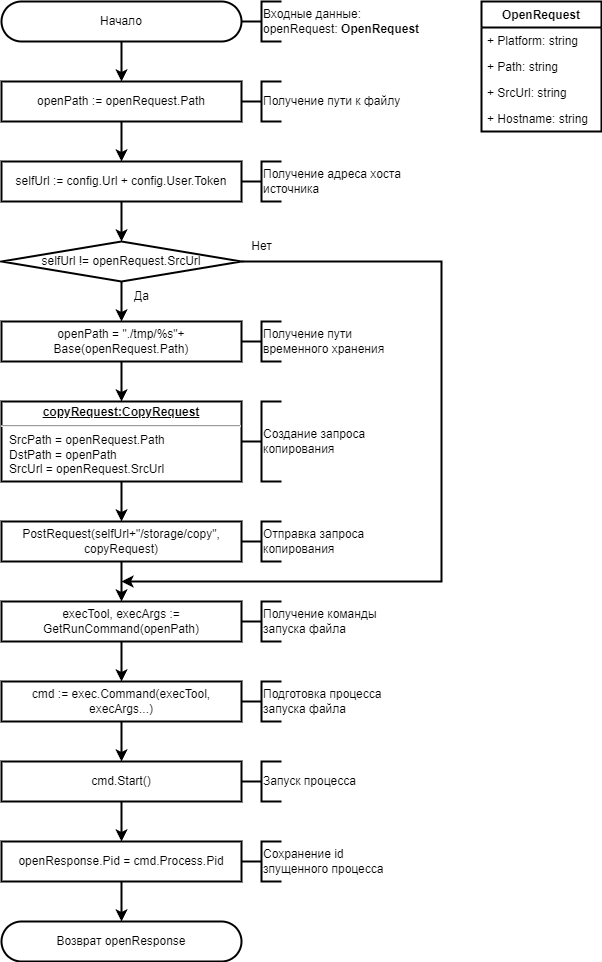
Before: images/algorithm/runner/algorithm-runner-open-file-handler.drawio.png, a diagram exported from draw.io (necroin/vss-docs). Source tidied: cells renumbered, new cells last; positions are measured from the earlier drawing's top-left corner, leaving out a move shared by most shapes. Its diagram source:
```xml
<mxGraphModel>
  <root>
    <mxCell id="0" />
    <mxCell id="1" parent="0" />
    <mxCell id="2" value="OpenRequest" style="swimlane;fontStyle=1;horizontal=1;startSize=26;fillColor=none;strokeColor=default;strokeWidth=2;" parent="1" vertex="1">
      <mxGeometry x="480" width="120" height="130" as="geometry" />
    </mxCell>
    <mxCell id="3" value="+ Platform: string" style="text;strokeColor=none;fillColor=none;align=left;verticalAlign=top;spacingLeft=4;spacingRight=4;overflow=hidden;strokeWidth=2;" parent="2" vertex="1">
      <mxGeometry y="26" width="120" height="26" as="geometry" />
    </mxCell>
    <mxCell id="4" value="+ Path: string" style="text;strokeColor=none;fillColor=none;align=left;verticalAlign=top;spacingLeft=4;spacingRight=4;overflow=hidden;strokeWidth=2;" parent="2" vertex="1">
      <mxGeometry y="52" width="120" height="26" as="geometry" />
    </mxCell>
    <mxCell id="5" value="+ SrcUrl: string" style="text;strokeColor=none;fillColor=none;align=left;verticalAlign=top;spacingLeft=4;spacingRight=4;overflow=hidden;strokeWidth=2;" parent="2" vertex="1">
      <mxGeometry y="78" width="120" height="26" as="geometry" />
    </mxCell>
    <mxCell id="6" value="+ Hostname: string" style="text;strokeColor=none;fillColor=none;align=left;verticalAlign=top;spacingLeft=4;spacingRight=4;overflow=hidden;strokeWidth=2;" parent="2" vertex="1">
      <mxGeometry y="104" width="120" height="26" as="geometry" />
    </mxCell>
    <mxCell id="7" value="Начало" style="rounded=1;whiteSpace=wrap;html=1;arcSize=50;strokeWidth=2;" parent="1" vertex="1">
      <mxGeometry width="240" height="40" as="geometry" />
    </mxCell>
    <mxCell id="8" style="strokeWidth=2;html=1;shape=mxgraph.flowchart.annotation_2;align=left;labelPosition=right;" parent="1" vertex="1">
      <mxGeometry x="240" width="40" height="40" as="geometry" />
    </mxCell>
    <mxCell id="9" value="Входные данные:&lt;br&gt;openRequest: &lt;b&gt;OpenRequest&lt;/b&gt;" style="rounded=0;whiteSpace=wrap;html=1;strokeColor=none;fillColor=none;strokeWidth=2;align=left;" parent="1" vertex="1">
      <mxGeometry x="260" width="200" height="40" as="geometry" />
    </mxCell>
    <mxCell id="10" value="openPath := openRequest.Path&lt;br&gt;" style="rounded=0;whiteSpace=wrap;html=1;strokeWidth=2;" parent="1" vertex="1">
      <mxGeometry y="80" width="240" height="40" as="geometry" />
    </mxCell>
    <mxCell id="11" value="selfUrl := config.Url + config.User.Token" style="rounded=0;whiteSpace=wrap;html=1;strokeWidth=2;" parent="1" vertex="1">
      <mxGeometry y="160" width="240" height="40" as="geometry" />
    </mxCell>
    <mxCell id="12" value="selfUrl != openRequest.SrcUrl" style="rhombus;whiteSpace=wrap;html=1;strokeWidth=2;" parent="1" vertex="1">
      <mxGeometry y="240" width="240" height="40" as="geometry" />
    </mxCell>
    <mxCell id="13" value="openPath = &quot;./tmp/%s&quot;+ Base(openRequest.Path)" style="rounded=0;whiteSpace=wrap;html=1;strokeWidth=2;" parent="1" vertex="1">
      <mxGeometry y="320" width="240" height="40" as="geometry" />
    </mxCell>
    <mxCell id="14" value="&lt;p style=&quot;margin:0px;margin-top:4px;text-align:center;text-decoration:underline;&quot;&gt;&lt;b&gt;copyRequest:CopyRequest&lt;/b&gt;&lt;/p&gt;&lt;hr&gt;&lt;p style=&quot;margin:0px;margin-left:8px;&quot;&gt;SrcPath = openRequest.Path&lt;/p&gt;&lt;p style=&quot;margin:0px;margin-left:8px;&quot;&gt;&#9;&#9;&#9;DstPath = openPath&lt;/p&gt;&lt;p style=&quot;margin:0px;margin-left:8px;&quot;&gt;&lt;span style=&quot;&quot;&gt;&#9;&#9;&#9;&lt;/span&gt;SrcUrl = openRequest.SrcUrl&lt;/p&gt;" style="verticalAlign=top;align=left;overflow=fill;fontSize=12;fontFamily=Helvetica;html=1;strokeWidth=2;" parent="1" vertex="1">
      <mxGeometry y="400" width="240" height="80" as="geometry" />
    </mxCell>
    <mxCell id="15" value="PostRequest(selfUrl+&quot;/storage/copy&quot;, copyRequest)" style="rounded=0;whiteSpace=wrap;html=1;strokeWidth=2;" parent="1" vertex="1">
      <mxGeometry y="520" width="240" height="40" as="geometry" />
    </mxCell>
    <mxCell id="16" style="endArrow=classic;html=1;rounded=0;exitX=0.5;exitY=1;exitDx=0;exitDy=0;entryX=0.5;entryY=0;entryDx=0;entryDy=0;strokeWidth=2;" parent="1" edge="1" source="7" target="10">
      <mxGeometry relative="1" as="geometry" />
    </mxCell>
    <mxCell id="17" style="endArrow=classic;html=1;rounded=0;exitX=0.5;exitY=1;exitDx=0;exitDy=0;entryX=0.5;entryY=0;entryDx=0;entryDy=0;strokeWidth=2;" parent="1" edge="1" source="10" target="11">
      <mxGeometry relative="1" as="geometry" />
    </mxCell>
    <mxCell id="18" style="endArrow=classic;html=1;rounded=0;exitX=0.5;exitY=1;exitDx=0;exitDy=0;entryX=0.5;entryY=0;entryDx=0;entryDy=0;strokeWidth=2;" parent="1" edge="1" source="11" target="12">
      <mxGeometry relative="1" as="geometry" />
    </mxCell>
    <mxCell id="19" style="endArrow=classic;html=1;rounded=0;exitX=0.5;exitY=1;exitDx=0;exitDy=0;entryX=0.5;entryY=0;entryDx=0;entryDy=0;strokeWidth=2;" parent="1" edge="1" source="12" target="13">
      <mxGeometry relative="1" as="geometry" />
    </mxCell>
    <mxCell id="20" style="endArrow=classic;html=1;rounded=0;exitX=0.5;exitY=1;exitDx=0;exitDy=0;entryX=0.5;entryY=0;entryDx=0;entryDy=0;strokeWidth=2;" parent="1" edge="1" source="13" target="14">
      <mxGeometry relative="1" as="geometry" />
    </mxCell>
    <mxCell id="21" style="endArrow=classic;html=1;rounded=0;exitX=0.5;exitY=1;exitDx=0;exitDy=0;strokeWidth=2;" parent="1" edge="1" source="14" target="15">
      <mxGeometry relative="1" as="geometry" />
    </mxCell>
    <mxCell id="22" value="execTool, execArgs := GetRunCommand(openPath)" style="rounded=0;whiteSpace=wrap;html=1;strokeWidth=2;" parent="1" vertex="1">
      <mxGeometry y="600" width="240" height="40" as="geometry" />
    </mxCell>
    <mxCell id="23" style="endArrow=classic;html=1;rounded=0;exitX=1;exitY=0.5;exitDx=0;exitDy=0;edgeStyle=orthogonalEdgeStyle;strokeWidth=2;" parent="1" edge="1" source="12">
      <mxGeometry relative="1" as="geometry">
        <mxPoint x="120" y="580" as="targetPoint" />
        <Array as="points">
          <mxPoint x="440" y="260" />
          <mxPoint x="440" y="580" />
        </Array>
      </mxGeometry>
    </mxCell>
    <mxCell id="24" style="endArrow=classic;html=1;rounded=0;exitX=0.5;exitY=1;exitDx=0;exitDy=0;entryX=0.5;entryY=0;entryDx=0;entryDy=0;strokeWidth=2;" parent="1" edge="1" source="15" target="22">
      <mxGeometry relative="1" as="geometry" />
    </mxCell>
    <mxCell id="25" value="Нет" style="text;html=1;align=center;verticalAlign=middle;strokeColor=none;fillColor=none;strokeWidth=2;" parent="1" vertex="1">
      <mxGeometry x="240" y="230" width="40" height="30" as="geometry" />
    </mxCell>
    <mxCell id="26" value="Да" style="text;html=1;align=center;verticalAlign=middle;strokeColor=none;fillColor=none;strokeWidth=2;" parent="1" vertex="1">
      <mxGeometry x="120" y="280" width="40" height="30" as="geometry" />
    </mxCell>
    <mxCell id="27" value="cmd := exec.Command(execTool, execArgs...)" style="rounded=0;whiteSpace=wrap;html=1;strokeWidth=2;" parent="1" vertex="1">
      <mxGeometry y="680" width="240" height="40" as="geometry" />
    </mxCell>
    <mxCell id="28" value="cmd.Start()" style="rounded=0;whiteSpace=wrap;html=1;strokeWidth=2;" parent="1" vertex="1">
      <mxGeometry y="760" width="240" height="40" as="geometry" />
    </mxCell>
    <mxCell id="29" value="openResponse.Pid = cmd.Process.Pid" style="rounded=0;whiteSpace=wrap;html=1;strokeWidth=2;" parent="1" vertex="1">
      <mxGeometry y="840" width="240" height="40" as="geometry" />
    </mxCell>
    <mxCell id="30" value="Возврат openResponse" style="rounded=1;whiteSpace=wrap;html=1;arcSize=50;strokeWidth=2;" parent="1" vertex="1">
      <mxGeometry y="920" width="240" height="40" as="geometry" />
    </mxCell>
    <mxCell id="31" style="endArrow=classic;html=1;rounded=0;exitX=0.5;exitY=1;exitDx=0;exitDy=0;entryX=0.5;entryY=0;entryDx=0;entryDy=0;strokeWidth=2;" parent="1" edge="1" source="22" target="27">
      <mxGeometry relative="1" as="geometry" />
    </mxCell>
    <mxCell id="32" style="endArrow=classic;html=1;rounded=0;entryX=0.5;entryY=0;entryDx=0;entryDy=0;exitX=0.5;exitY=1;exitDx=0;exitDy=0;strokeWidth=2;" parent="1" edge="1" source="27" target="28">
      <mxGeometry relative="1" as="geometry" />
    </mxCell>
    <mxCell id="33" style="endArrow=classic;html=1;rounded=0;exitX=0.5;exitY=1;exitDx=0;exitDy=0;entryX=0.5;entryY=0;entryDx=0;entryDy=0;strokeWidth=2;" parent="1" edge="1" source="28" target="29">
      <mxGeometry relative="1" as="geometry" />
    </mxCell>
    <mxCell id="34" style="endArrow=classic;html=1;rounded=0;exitX=0.5;exitY=1;exitDx=0;exitDy=0;entryX=0.5;entryY=0;entryDx=0;entryDy=0;strokeWidth=2;" parent="1" edge="1" source="29" target="30">
      <mxGeometry relative="1" as="geometry" />
    </mxCell>
    <mxCell id="35" style="strokeWidth=2;html=1;shape=mxgraph.flowchart.annotation_2;align=left;labelPosition=right;" parent="1" vertex="1">
      <mxGeometry x="240" y="80" width="40" height="40" as="geometry" />
    </mxCell>
    <mxCell id="36" value="Получение пути к файлу" style="rounded=0;whiteSpace=wrap;html=1;strokeColor=none;fillColor=none;strokeWidth=2;align=left;" parent="1" vertex="1">
      <mxGeometry x="260" y="80" width="140" height="40" as="geometry" />
    </mxCell>
    <mxCell id="37" style="strokeWidth=2;html=1;shape=mxgraph.flowchart.annotation_2;align=left;labelPosition=right;" parent="1" vertex="1">
      <mxGeometry x="240" y="160" width="40" height="40" as="geometry" />
    </mxCell>
    <mxCell id="38" value="Получение адреса хоста источника" style="rounded=0;whiteSpace=wrap;html=1;strokeColor=none;fillColor=none;strokeWidth=2;align=left;" parent="1" vertex="1">
      <mxGeometry x="260" y="160" width="140" height="40" as="geometry" />
    </mxCell>
    <mxCell id="39" style="strokeWidth=2;html=1;shape=mxgraph.flowchart.annotation_2;align=left;labelPosition=right;" parent="1" vertex="1">
      <mxGeometry x="240" y="320" width="40" height="40" as="geometry" />
    </mxCell>
    <mxCell id="40" value="Получение пути временного хранения&amp;nbsp;" style="rounded=0;whiteSpace=wrap;html=1;strokeColor=none;fillColor=none;strokeWidth=2;align=left;" parent="1" vertex="1">
      <mxGeometry x="260" y="320" width="140" height="40" as="geometry" />
    </mxCell>
    <mxCell id="41" style="strokeWidth=2;html=1;shape=mxgraph.flowchart.annotation_2;align=left;labelPosition=right;" parent="1" vertex="1">
      <mxGeometry x="240" y="400" width="40" height="80" as="geometry" />
    </mxCell>
    <mxCell id="42" value="Создание запроса копирования" style="rounded=0;whiteSpace=wrap;html=1;strokeColor=none;fillColor=none;strokeWidth=2;align=left;" parent="1" vertex="1">
      <mxGeometry x="260" y="400" width="140" height="80" as="geometry" />
    </mxCell>
    <mxCell id="43" style="strokeWidth=2;html=1;shape=mxgraph.flowchart.annotation_2;align=left;labelPosition=right;" parent="1" vertex="1">
      <mxGeometry x="240" y="520" width="40" height="40" as="geometry" />
    </mxCell>
    <mxCell id="44" value="Отправка запроса копирования" style="rounded=0;whiteSpace=wrap;html=1;strokeColor=none;fillColor=none;strokeWidth=2;align=left;" parent="1" vertex="1">
      <mxGeometry x="260" y="520" width="140" height="40" as="geometry" />
    </mxCell>
    <mxCell id="45" style="strokeWidth=2;html=1;shape=mxgraph.flowchart.annotation_2;align=left;labelPosition=right;" parent="1" vertex="1">
      <mxGeometry x="240" y="600" width="40" height="40" as="geometry" />
    </mxCell>
    <mxCell id="46" value="Получение команды запуска файла" style="rounded=0;whiteSpace=wrap;html=1;strokeColor=none;fillColor=none;strokeWidth=2;align=left;" parent="1" vertex="1">
      <mxGeometry x="260" y="600" width="140" height="40" as="geometry" />
    </mxCell>
    <mxCell id="47" style="strokeWidth=2;html=1;shape=mxgraph.flowchart.annotation_2;align=left;labelPosition=right;" parent="1" vertex="1">
      <mxGeometry x="240" y="680" width="40" height="40" as="geometry" />
    </mxCell>
    <mxCell id="48" value="Подготовка процесса запуска файла" style="rounded=0;whiteSpace=wrap;html=1;strokeColor=none;fillColor=none;strokeWidth=2;align=left;" parent="1" vertex="1">
      <mxGeometry x="260" y="680" width="140" height="40" as="geometry" />
    </mxCell>
    <mxCell id="49" style="strokeWidth=2;html=1;shape=mxgraph.flowchart.annotation_2;align=left;labelPosition=right;" parent="1" vertex="1">
      <mxGeometry x="240" y="760" width="40" height="40" as="geometry" />
    </mxCell>
    <mxCell id="50" value="Запуск процесса" style="rounded=0;whiteSpace=wrap;html=1;strokeColor=none;fillColor=none;strokeWidth=2;align=left;" parent="1" vertex="1">
      <mxGeometry x="260" y="760" width="140" height="40" as="geometry" />
    </mxCell>
    <mxCell id="51" style="strokeWidth=2;html=1;shape=mxgraph.flowchart.annotation_2;align=left;labelPosition=right;" parent="1" vertex="1">
      <mxGeometry x="240" y="840" width="40" height="40" as="geometry" />
    </mxCell>
    <mxCell id="52" value="Сохранение id зпущенного процесса" style="rounded=0;whiteSpace=wrap;html=1;strokeColor=none;fillColor=none;strokeWidth=2;align=left;" parent="1" vertex="1">
      <mxGeometry x="260" y="840" width="140" height="40" as="geometry" />
    </mxCell>
  </root>
</mxGraphModel>
```
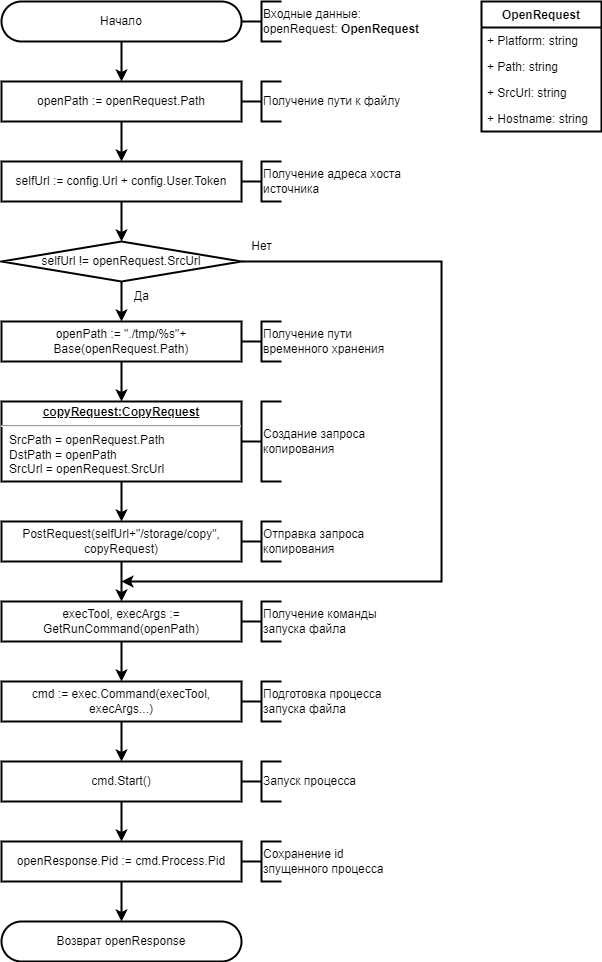
Later version of the same file.

The edit, as a diff of the source:
```diff
@@ -35,7 +35,7 @@
     <mxCell id="12" value="selfUrl != openRequest.SrcUrl" style="rhombus;whiteSpace=wrap;html=1;strokeWidth=2;" parent="1" vertex="1">
       <mxGeometry y="240" width="240" height="40" as="geometry" />
     </mxCell>
-    <mxCell id="13" value="openPath = &quot;./tmp/%s&quot;+ Base(openRequest.Path)" style="rounded=0;whiteSpace=wrap;html=1;strokeWidth=2;" parent="1" vertex="1">
+    <mxCell id="13" value="openPath := &quot;./tmp/%s&quot;+ Base(openRequest.Path)" style="rounded=0;whiteSpace=wrap;html=1;strokeWidth=2;" parent="1" vertex="1">
       <mxGeometry y="320" width="240" height="40" as="geometry" />
     </mxCell>
     <mxCell id="14" value="&lt;p style=&quot;margin:0px;margin-top:4px;text-align:center;text-decoration:underline;&quot;&gt;&lt;b&gt;copyRequest:CopyRequest&lt;/b&gt;&lt;/p&gt;&lt;hr&gt;&lt;p style=&quot;margin:0px;margin-left:8px;&quot;&gt;SrcPath = openRequest.Path&lt;/p&gt;&lt;p style=&quot;margin:0px;margin-left:8px;&quot;&gt;&#9;&#9;&#9;DstPath = openPath&lt;/p&gt;&lt;p style=&quot;margin:0px;margin-left:8px;&quot;&gt;&lt;span style=&quot;&quot;&gt;&#9;&#9;&#9;&lt;/span&gt;SrcUrl = openRequest.SrcUrl&lt;/p&gt;" style="verticalAlign=top;align=left;overflow=fill;fontSize=12;fontFamily=Helvetica;html=1;strokeWidth=2;" parent="1" vertex="1">
@@ -89,7 +89,7 @@
     <mxCell id="28" value="cmd.Start()" style="rounded=0;whiteSpace=wrap;html=1;strokeWidth=2;" parent="1" vertex="1">
       <mxGeometry y="760" width="240" height="40" as="geometry" />
     </mxCell>
-    <mxCell id="29" value="openResponse.Pid = cmd.Process.Pid" style="rounded=0;whiteSpace=wrap;html=1;strokeWidth=2;" parent="1" vertex="1">
+    <mxCell id="29" value="openResponse.Pid := cmd.Process.Pid" style="rounded=0;whiteSpace=wrap;html=1;strokeWidth=2;" parent="1" vertex="1">
       <mxGeometry y="840" width="240" height="40" as="geometry" />
     </mxCell>
     <mxCell id="30" value="Возврат openResponse" style="rounded=1;whiteSpace=wrap;html=1;arcSize=50;strokeWidth=2;" parent="1" vertex="1">
```
